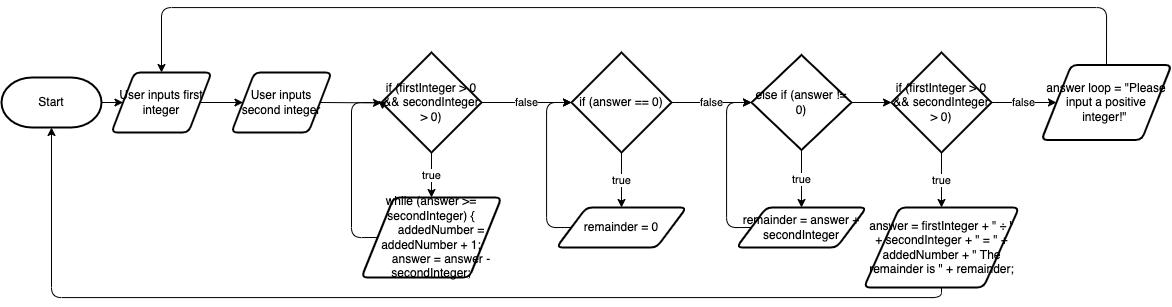
Above: design/flowchart.png in joannesanthosh/ICS20-Unit-5-08-HTML (draw.io), before the change. Source tidied: cells renumbered, new cells last; positions are measured from the earlier drawing's top-left corner, leaving out a move shared by most shapes. The source it was exported from:
```xml
<mxGraphModel>
  <root>
    <mxCell id="0" />
    <mxCell id="1" parent="0" />
    <mxCell id="2" style="edgeStyle=none;html=1;exitX=1;exitY=0.5;exitDx=0;exitDy=0;exitPerimeter=0;entryX=0;entryY=0.5;entryDx=0;entryDy=0;" parent="1" edge="1" source="3" target="27">
      <mxGeometry relative="1" as="geometry" />
    </mxCell>
    <mxCell id="3" value="Start" style="strokeWidth=2;html=1;shape=mxgraph.flowchart.terminator;whiteSpace=wrap;" parent="1" vertex="1">
      <mxGeometry y="70" width="100" height="50" as="geometry" />
    </mxCell>
    <mxCell id="4" value="false" style="edgeStyle=none;html=1;exitX=1;exitY=0.5;exitDx=0;exitDy=0;exitPerimeter=0;entryX=0;entryY=0.5;entryDx=0;entryDy=0;entryPerimeter=0;" parent="1" edge="1" source="6" target="9">
      <mxGeometry relative="1" as="geometry" />
    </mxCell>
    <mxCell id="5" value="true" style="edgeStyle=none;html=1;exitX=0.5;exitY=1;exitDx=0;exitDy=0;exitPerimeter=0;entryX=0.5;entryY=0;entryDx=0;entryDy=0;" parent="1" edge="1" source="6" target="14">
      <mxGeometry relative="1" as="geometry" />
    </mxCell>
    <mxCell id="6" value="if (firstInteger &amp;gt; 0 &amp;amp;&amp;amp; secondInteger &amp;gt; 0)" style="strokeWidth=2;html=1;shape=mxgraph.flowchart.decision;whiteSpace=wrap;" parent="1" vertex="1">
      <mxGeometry x="380" y="45" width="100" height="100" as="geometry" />
    </mxCell>
    <mxCell id="7" value="false" style="edgeStyle=none;html=1;exitX=1;exitY=0.5;exitDx=0;exitDy=0;exitPerimeter=0;entryX=0;entryY=0.5;entryDx=0;entryDy=0;entryPerimeter=0;" parent="1" edge="1" source="9" target="12">
      <mxGeometry relative="1" as="geometry" />
    </mxCell>
    <mxCell id="8" value="true" style="edgeStyle=none;html=1;exitX=0.5;exitY=1;exitDx=0;exitDy=0;exitPerimeter=0;entryX=0.5;entryY=0;entryDx=0;entryDy=0;" parent="1" edge="1" source="9" target="16">
      <mxGeometry relative="1" as="geometry" />
    </mxCell>
    <mxCell id="9" value="if (answer == 0)" style="strokeWidth=2;html=1;shape=mxgraph.flowchart.decision;whiteSpace=wrap;" parent="1" vertex="1">
      <mxGeometry x="570" y="45" width="100" height="100" as="geometry" />
    </mxCell>
    <mxCell id="10" value="true" style="edgeStyle=orthogonalEdgeStyle;html=1;exitX=0.5;exitY=1;exitDx=0;exitDy=0;exitPerimeter=0;entryX=0.5;entryY=0;entryDx=0;entryDy=0;" parent="1" edge="1" source="12" target="18">
      <mxGeometry relative="1" as="geometry" />
    </mxCell>
    <mxCell id="11" style="edgeStyle=orthogonalEdgeStyle;html=1;exitX=1;exitY=0.5;exitDx=0;exitDy=0;exitPerimeter=0;entryX=0;entryY=0.5;entryDx=0;entryDy=0;entryPerimeter=0;" parent="1" edge="1" source="12" target="21">
      <mxGeometry relative="1" as="geometry" />
    </mxCell>
    <mxCell id="12" value="else if (answer != 0)" style="strokeWidth=2;html=1;shape=mxgraph.flowchart.decision;whiteSpace=wrap;" parent="1" vertex="1">
      <mxGeometry x="750" y="47.5" width="100" height="95" as="geometry" />
    </mxCell>
    <mxCell id="13" style="edgeStyle=orthogonalEdgeStyle;html=1;exitX=0;exitY=0.5;exitDx=0;exitDy=0;entryX=0.01;entryY=0.57;entryDx=0;entryDy=0;entryPerimeter=0;" parent="1" edge="1" source="14" target="6">
      <mxGeometry relative="1" as="geometry">
        <Array as="points">
          <mxPoint x="350" y="230" />
          <mxPoint x="350" y="95" />
          <mxPoint x="381" y="95" />
        </Array>
      </mxGeometry>
    </mxCell>
    <mxCell id="14" value="&lt;div&gt;while (answer &amp;gt;= secondInteger) {&lt;/div&gt;&lt;div&gt;&amp;nbsp; &amp;nbsp; &amp;nbsp; addedNumber = addedNumber + 1;&lt;/div&gt;&lt;div&gt;&amp;nbsp; &amp;nbsp; &amp;nbsp; answer = answer - secondInteger;&lt;/div&gt;" style="shape=parallelogram;html=1;strokeWidth=2;perimeter=parallelogramPerimeter;whiteSpace=wrap;rounded=1;arcSize=12;size=0.23;" parent="1" vertex="1">
      <mxGeometry x="360" y="190" width="140" height="80" as="geometry" />
    </mxCell>
    <mxCell id="15" style="edgeStyle=orthogonalEdgeStyle;html=1;exitX=0;exitY=0.5;exitDx=0;exitDy=0;entryX=0;entryY=0.5;entryDx=0;entryDy=0;entryPerimeter=0;" parent="1" edge="1" source="16" target="9">
      <mxGeometry relative="1" as="geometry">
        <Array as="points">
          <mxPoint x="545" y="220" />
          <mxPoint x="545" y="95" />
        </Array>
      </mxGeometry>
    </mxCell>
    <mxCell id="16" value="remainder = 0" style="shape=parallelogram;html=1;strokeWidth=2;perimeter=parallelogramPerimeter;whiteSpace=wrap;rounded=1;arcSize=12;size=0.23;" parent="1" vertex="1">
      <mxGeometry x="555" y="200" width="130" height="40" as="geometry" />
    </mxCell>
    <mxCell id="17" style="edgeStyle=orthogonalEdgeStyle;html=1;exitX=0;exitY=0.5;exitDx=0;exitDy=0;entryX=0;entryY=0.5;entryDx=0;entryDy=0;entryPerimeter=0;" parent="1" edge="1" source="18" target="12">
      <mxGeometry relative="1" as="geometry">
        <Array as="points">
          <mxPoint x="725" y="220" />
          <mxPoint x="725" y="95" />
        </Array>
      </mxGeometry>
    </mxCell>
    <mxCell id="18" value="remainder = answer + secondInteger" style="shape=parallelogram;html=1;strokeWidth=2;perimeter=parallelogramPerimeter;whiteSpace=wrap;rounded=1;arcSize=12;size=0.23;" parent="1" vertex="1">
      <mxGeometry x="735" y="200" width="130" height="40" as="geometry" />
    </mxCell>
    <mxCell id="19" value="true" style="edgeStyle=orthogonalEdgeStyle;html=1;exitX=0.5;exitY=1;exitDx=0;exitDy=0;exitPerimeter=0;entryX=0.5;entryY=0;entryDx=0;entryDy=0;" parent="1" edge="1" source="21" target="23">
      <mxGeometry relative="1" as="geometry" />
    </mxCell>
    <mxCell id="20" value="false" style="edgeStyle=orthogonalEdgeStyle;html=1;exitX=1;exitY=0.5;exitDx=0;exitDy=0;exitPerimeter=0;entryX=0;entryY=0.5;entryDx=0;entryDy=0;" parent="1" edge="1" source="21" target="25">
      <mxGeometry relative="1" as="geometry" />
    </mxCell>
    <mxCell id="21" value="if (firstInteger &amp;gt; 0 &amp;amp;&amp;amp; secondInteger &amp;gt; 0)" style="strokeWidth=2;html=1;shape=mxgraph.flowchart.decision;whiteSpace=wrap;" parent="1" vertex="1">
      <mxGeometry x="890" y="45" width="100" height="100" as="geometry" />
    </mxCell>
    <mxCell id="22" style="edgeStyle=orthogonalEdgeStyle;html=1;exitX=0.5;exitY=1;exitDx=0;exitDy=0;entryX=0.5;entryY=1;entryDx=0;entryDy=0;entryPerimeter=0;" parent="1" edge="1" source="23" target="3">
      <mxGeometry relative="1" as="geometry" />
    </mxCell>
    <mxCell id="23" value="answer =&amp;nbsp;firstInteger + &quot; ÷ &quot; + secondInteger + &quot; = &quot; + addedNumber + &quot; The remainder is &quot; + remainder;" style="shape=parallelogram;html=1;strokeWidth=2;perimeter=parallelogramPerimeter;whiteSpace=wrap;rounded=1;arcSize=12;size=0.23;" parent="1" vertex="1">
      <mxGeometry x="862.5" y="200" width="155" height="80" as="geometry" />
    </mxCell>
    <mxCell id="24" style="edgeStyle=orthogonalEdgeStyle;html=1;exitX=0.5;exitY=0;exitDx=0;exitDy=0;entryX=0.5;entryY=0;entryDx=0;entryDy=0;" parent="1" edge="1" source="25" target="27">
      <mxGeometry relative="1" as="geometry">
        <Array as="points">
          <mxPoint x="1105" />
          <mxPoint x="160" />
        </Array>
      </mxGeometry>
    </mxCell>
    <mxCell id="25" value="answer loop =&amp;nbsp;&quot;Please input a positive integer!&quot;&amp;nbsp;" style="shape=parallelogram;html=1;strokeWidth=2;perimeter=parallelogramPerimeter;whiteSpace=wrap;rounded=1;arcSize=12;size=0.23;" parent="1" vertex="1">
      <mxGeometry x="1040" y="57.5" width="130" height="75" as="geometry" />
    </mxCell>
    <mxCell id="26" style="edgeStyle=none;html=1;exitX=1;exitY=0.5;exitDx=0;exitDy=0;entryX=0;entryY=0.5;entryDx=0;entryDy=0;" parent="1" edge="1" source="27" target="29">
      <mxGeometry relative="1" as="geometry" />
    </mxCell>
    <mxCell id="27" value="User inputs first integer" style="shape=parallelogram;html=1;strokeWidth=2;perimeter=parallelogramPerimeter;whiteSpace=wrap;rounded=1;arcSize=12;size=0.23;" parent="1" vertex="1">
      <mxGeometry x="110" y="65" width="100" height="60" as="geometry" />
    </mxCell>
    <mxCell id="28" style="edgeStyle=none;html=1;exitX=1;exitY=0.5;exitDx=0;exitDy=0;" parent="1" edge="1" source="29">
      <mxGeometry relative="1" as="geometry">
        <mxPoint x="380" y="95.4" as="targetPoint" />
      </mxGeometry>
    </mxCell>
    <mxCell id="29" value="User inputs second integer" style="shape=parallelogram;html=1;strokeWidth=2;perimeter=parallelogramPerimeter;whiteSpace=wrap;rounded=1;arcSize=12;size=0.23;" parent="1" vertex="1">
      <mxGeometry x="230" y="65" width="100" height="60" as="geometry" />
    </mxCell>
  </root>
</mxGraphModel>
```
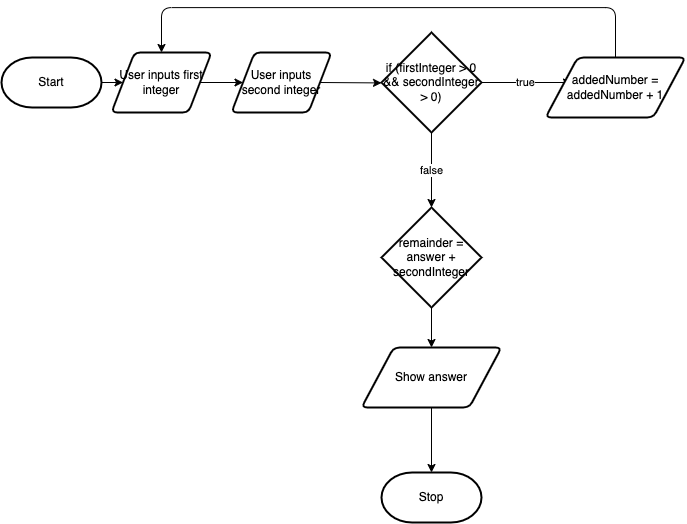
The same diagram one commit later.

What changed in the source:
```diff
@@ -8,93 +8,19 @@
     <mxCell id="3" value="Start" style="strokeWidth=2;html=1;shape=mxgraph.flowchart.terminator;whiteSpace=wrap;" parent="1" vertex="1">
       <mxGeometry y="70" width="100" height="50" as="geometry" />
     </mxCell>
-    <mxCell id="4" value="false" style="edgeStyle=none;html=1;exitX=1;exitY=0.5;exitDx=0;exitDy=0;exitPerimeter=0;entryX=0;entryY=0.5;entryDx=0;entryDy=0;entryPerimeter=0;" parent="1" edge="1" source="6" target="9">
-      <mxGeometry relative="1" as="geometry" />
+    <mxCell id="4" value="true" style="edgeStyle=none;html=1;exitX=1;exitY=0.5;exitDx=0;exitDy=0;exitPerimeter=0;entryX=0;entryY=0.5;entryDx=0;entryDy=0;entryPerimeter=0;" parent="1" edge="1" source="6">
+      <mxGeometry relative="1" as="geometry">
+        <mxPoint x="570" y="95" as="targetPoint" />
+      </mxGeometry>
     </mxCell>
-    <mxCell id="5" value="true" style="edgeStyle=none;html=1;exitX=0.5;exitY=1;exitDx=0;exitDy=0;exitPerimeter=0;entryX=0.5;entryY=0;entryDx=0;entryDy=0;" parent="1" edge="1" source="6" target="14">
-      <mxGeometry relative="1" as="geometry" />
+    <mxCell id="5" value="false" style="edgeStyle=none;html=1;exitX=0.5;exitY=1;exitDx=0;exitDy=0;exitPerimeter=0;entryX=0.5;entryY=0;entryDx=0;entryDy=0;" parent="1" edge="1" source="6">
+      <mxGeometry relative="1" as="geometry">
+        <mxPoint x="430" y="220" as="targetPoint" />
+      </mxGeometry>
     </mxCell>
     <mxCell id="6" value="if (firstInteger &amp;gt; 0 &amp;amp;&amp;amp; secondInteger &amp;gt; 0)" style="strokeWidth=2;html=1;shape=mxgraph.flowchart.decision;whiteSpace=wrap;" parent="1" vertex="1">
       <mxGeometry x="380" y="45" width="100" height="100" as="geometry" />
     </mxCell>
-    <mxCell id="7" value="false" style="edgeStyle=none;html=1;exitX=1;exitY=0.5;exitDx=0;exitDy=0;exitPerimeter=0;entryX=0;entryY=0.5;entryDx=0;entryDy=0;entryPerimeter=0;" parent="1" edge="1" source="9" target="12">
-      <mxGeometry relative="1" as="geometry" />
-    </mxCell>
-    <mxCell id="8" value="true" style="edgeStyle=none;html=1;exitX=0.5;exitY=1;exitDx=0;exitDy=0;exitPerimeter=0;entryX=0.5;entryY=0;entryDx=0;entryDy=0;" parent="1" edge="1" source="9" target="16">
-      <mxGeometry relative="1" as="geometry" />
-    </mxCell>
-    <mxCell id="9" value="if (answer == 0)" style="strokeWidth=2;html=1;shape=mxgraph.flowchart.decision;whiteSpace=wrap;" parent="1" vertex="1">
-      <mxGeometry x="570" y="45" width="100" height="100" as="geometry" />
-    </mxCell>
-    <mxCell id="10" value="true" style="edgeStyle=orthogonalEdgeStyle;html=1;exitX=0.5;exitY=1;exitDx=0;exitDy=0;exitPerimeter=0;entryX=0.5;entryY=0;entryDx=0;entryDy=0;" parent="1" edge="1" source="12" target="18">
-      <mxGeometry relative="1" as="geometry" />
-    </mxCell>
-    <mxCell id="11" style="edgeStyle=orthogonalEdgeStyle;html=1;exitX=1;exitY=0.5;exitDx=0;exitDy=0;exitPerimeter=0;entryX=0;entryY=0.5;entryDx=0;entryDy=0;entryPerimeter=0;" parent="1" edge="1" source="12" target="21">
-      <mxGeometry relative="1" as="geometry" />
-    </mxCell>
-    <mxCell id="12" value="else if (answer != 0)" style="strokeWidth=2;html=1;shape=mxgraph.flowchart.decision;whiteSpace=wrap;" parent="1" vertex="1">
-      <mxGeometry x="750" y="47.5" width="100" height="95" as="geometry" />
-    </mxCell>
-    <mxCell id="13" style="edgeStyle=orthogonalEdgeStyle;html=1;exitX=0;exitY=0.5;exitDx=0;exitDy=0;entryX=0.01;entryY=0.57;entryDx=0;entryDy=0;entryPerimeter=0;" parent="1" edge="1" source="14" target="6">
-      <mxGeometry relative="1" as="geometry">
-        <Array as="points">
-          <mxPoint x="350" y="230" />
-          <mxPoint x="350" y="95" />
-          <mxPoint x="381" y="95" />
-        </Array>
-      </mxGeometry>
-    </mxCell>
-    <mxCell id="14" value="&lt;div&gt;while (answer &amp;gt;= secondInteger) {&lt;/div&gt;&lt;div&gt;&amp;nbsp; &amp;nbsp; &amp;nbsp; addedNumber = addedNumber + 1;&lt;/div&gt;&lt;div&gt;&amp;nbsp; &amp;nbsp; &amp;nbsp; answer = answer - secondInteger;&lt;/div&gt;" style="shape=parallelogram;html=1;strokeWidth=2;perimeter=parallelogramPerimeter;whiteSpace=wrap;rounded=1;arcSize=12;size=0.23;" parent="1" vertex="1">
-      <mxGeometry x="360" y="190" width="140" height="80" as="geometry" />
-    </mxCell>
-    <mxCell id="15" style="edgeStyle=orthogonalEdgeStyle;html=1;exitX=0;exitY=0.5;exitDx=0;exitDy=0;entryX=0;entryY=0.5;entryDx=0;entryDy=0;entryPerimeter=0;" parent="1" edge="1" source="16" target="9">
-      <mxGeometry relative="1" as="geometry">
-        <Array as="points">
-          <mxPoint x="545" y="220" />
-          <mxPoint x="545" y="95" />
-        </Array>
-      </mxGeometry>
-    </mxCell>
-    <mxCell id="16" value="remainder = 0" style="shape=parallelogram;html=1;strokeWidth=2;perimeter=parallelogramPerimeter;whiteSpace=wrap;rounded=1;arcSize=12;size=0.23;" parent="1" vertex="1">
-      <mxGeometry x="555" y="200" width="130" height="40" as="geometry" />
-    </mxCell>
-    <mxCell id="17" style="edgeStyle=orthogonalEdgeStyle;html=1;exitX=0;exitY=0.5;exitDx=0;exitDy=0;entryX=0;entryY=0.5;entryDx=0;entryDy=0;entryPerimeter=0;" parent="1" edge="1" source="18" target="12">
-      <mxGeometry relative="1" as="geometry">
-        <Array as="points">
-          <mxPoint x="725" y="220" />
-          <mxPoint x="725" y="95" />
-        </Array>
-      </mxGeometry>
-    </mxCell>
-    <mxCell id="18" value="remainder = answer + secondInteger" style="shape=parallelogram;html=1;strokeWidth=2;perimeter=parallelogramPerimeter;whiteSpace=wrap;rounded=1;arcSize=12;size=0.23;" parent="1" vertex="1">
-      <mxGeometry x="735" y="200" width="130" height="40" as="geometry" />
-    </mxCell>
-    <mxCell id="19" value="true" style="edgeStyle=orthogonalEdgeStyle;html=1;exitX=0.5;exitY=1;exitDx=0;exitDy=0;exitPerimeter=0;entryX=0.5;entryY=0;entryDx=0;entryDy=0;" parent="1" edge="1" source="21" target="23">
-      <mxGeometry relative="1" as="geometry" />
-    </mxCell>
-    <mxCell id="20" value="false" style="edgeStyle=orthogonalEdgeStyle;html=1;exitX=1;exitY=0.5;exitDx=0;exitDy=0;exitPerimeter=0;entryX=0;entryY=0.5;entryDx=0;entryDy=0;" parent="1" edge="1" source="21" target="25">
-      <mxGeometry relative="1" as="geometry" />
-    </mxCell>
-    <mxCell id="21" value="if (firstInteger &amp;gt; 0 &amp;amp;&amp;amp; secondInteger &amp;gt; 0)" style="strokeWidth=2;html=1;shape=mxgraph.flowchart.decision;whiteSpace=wrap;" parent="1" vertex="1">
-      <mxGeometry x="890" y="45" width="100" height="100" as="geometry" />
-    </mxCell>
-    <mxCell id="22" style="edgeStyle=orthogonalEdgeStyle;html=1;exitX=0.5;exitY=1;exitDx=0;exitDy=0;entryX=0.5;entryY=1;entryDx=0;entryDy=0;entryPerimeter=0;" parent="1" edge="1" source="23" target="3">
-      <mxGeometry relative="1" as="geometry" />
-    </mxCell>
-    <mxCell id="23" value="answer =&amp;nbsp;firstInteger + &quot; ÷ &quot; + secondInteger + &quot; = &quot; + addedNumber + &quot; The remainder is &quot; + remainder;" style="shape=parallelogram;html=1;strokeWidth=2;perimeter=parallelogramPerimeter;whiteSpace=wrap;rounded=1;arcSize=12;size=0.23;" parent="1" vertex="1">
-      <mxGeometry x="862.5" y="200" width="155" height="80" as="geometry" />
-    </mxCell>
-    <mxCell id="24" style="edgeStyle=orthogonalEdgeStyle;html=1;exitX=0.5;exitY=0;exitDx=0;exitDy=0;entryX=0.5;entryY=0;entryDx=0;entryDy=0;" parent="1" edge="1" source="25" target="27">
-      <mxGeometry relative="1" as="geometry">
-        <Array as="points">
-          <mxPoint x="1105" />
-          <mxPoint x="160" />
-        </Array>
-      </mxGeometry>
-    </mxCell>
-    <mxCell id="25" value="answer loop =&amp;nbsp;&quot;Please input a positive integer!&quot;&amp;nbsp;" style="shape=parallelogram;html=1;strokeWidth=2;perimeter=parallelogramPerimeter;whiteSpace=wrap;rounded=1;arcSize=12;size=0.23;" parent="1" vertex="1">
-      <mxGeometry x="1040" y="57.5" width="130" height="75" as="geometry" />
-    </mxCell>
     <mxCell id="26" style="edgeStyle=none;html=1;exitX=1;exitY=0.5;exitDx=0;exitDy=0;entryX=0;entryY=0.5;entryDx=0;entryDy=0;" parent="1" edge="1" source="27" target="29">
       <mxGeometry relative="1" as="geometry" />
     </mxCell>
@@ -109,5 +35,31 @@
     <mxCell id="29" value="User inputs second integer" style="shape=parallelogram;html=1;strokeWidth=2;perimeter=parallelogramPerimeter;whiteSpace=wrap;rounded=1;arcSize=12;size=0.23;" parent="1" vertex="1">
       <mxGeometry x="230" y="65" width="100" height="60" as="geometry" />
     </mxCell>
+    <mxCell id="30" style="edgeStyle=orthogonalEdgeStyle;html=1;exitX=0.5;exitY=1;exitDx=0;exitDy=0;exitPerimeter=0;entryX=0.5;entryY=0;entryDx=0;entryDy=0;" parent="1" edge="1" source="18" target="34">
+      <mxGeometry relative="1" as="geometry" />
+    </mxCell>
+    <mxCell id="18" value="remainder = answer + secondInteger" style="strokeWidth=2;html=1;shape=mxgraph.flowchart.decision;whiteSpace=wrap;" parent="1" vertex="1">
+      <mxGeometry x="380" y="220" width="100" height="100" as="geometry" />
+    </mxCell>
+    <mxCell id="31" style="edgeStyle=orthogonalEdgeStyle;html=1;exitX=0.5;exitY=0;exitDx=0;exitDy=0;entryX=0.5;entryY=0;entryDx=0;entryDy=0;" parent="1" edge="1" source="32" target="27">
+      <mxGeometry relative="1" as="geometry">
+        <Array as="points">
+          <mxPoint x="614" y="20" />
+          <mxPoint x="160" y="20" />
+        </Array>
+      </mxGeometry>
+    </mxCell>
+    <mxCell id="32" value="addedNumber = addedNumber + 1" style="shape=parallelogram;html=1;strokeWidth=2;perimeter=parallelogramPerimeter;whiteSpace=wrap;rounded=1;arcSize=12;size=0.23;" parent="1" vertex="1">
+      <mxGeometry x="544" y="70" width="140" height="60" as="geometry" />
+    </mxCell>
+    <mxCell id="33" style="edgeStyle=orthogonalEdgeStyle;html=1;exitX=0.5;exitY=1;exitDx=0;exitDy=0;entryX=0.5;entryY=0;entryDx=0;entryDy=0;entryPerimeter=0;" parent="1" edge="1" source="34" target="35">
+      <mxGeometry relative="1" as="geometry" />
+    </mxCell>
+    <mxCell id="34" value="Show answer" style="shape=parallelogram;html=1;strokeWidth=2;perimeter=parallelogramPerimeter;whiteSpace=wrap;rounded=1;arcSize=12;size=0.23;" parent="1" vertex="1">
+      <mxGeometry x="360" y="360" width="140" height="60" as="geometry" />
+    </mxCell>
+    <mxCell id="35" value="Stop" style="strokeWidth=2;html=1;shape=mxgraph.flowchart.terminator;whiteSpace=wrap;" parent="1" vertex="1">
+      <mxGeometry x="380" y="485" width="100" height="50" as="geometry" />
+    </mxCell>
   </root>
 </mxGraphModel>
```
